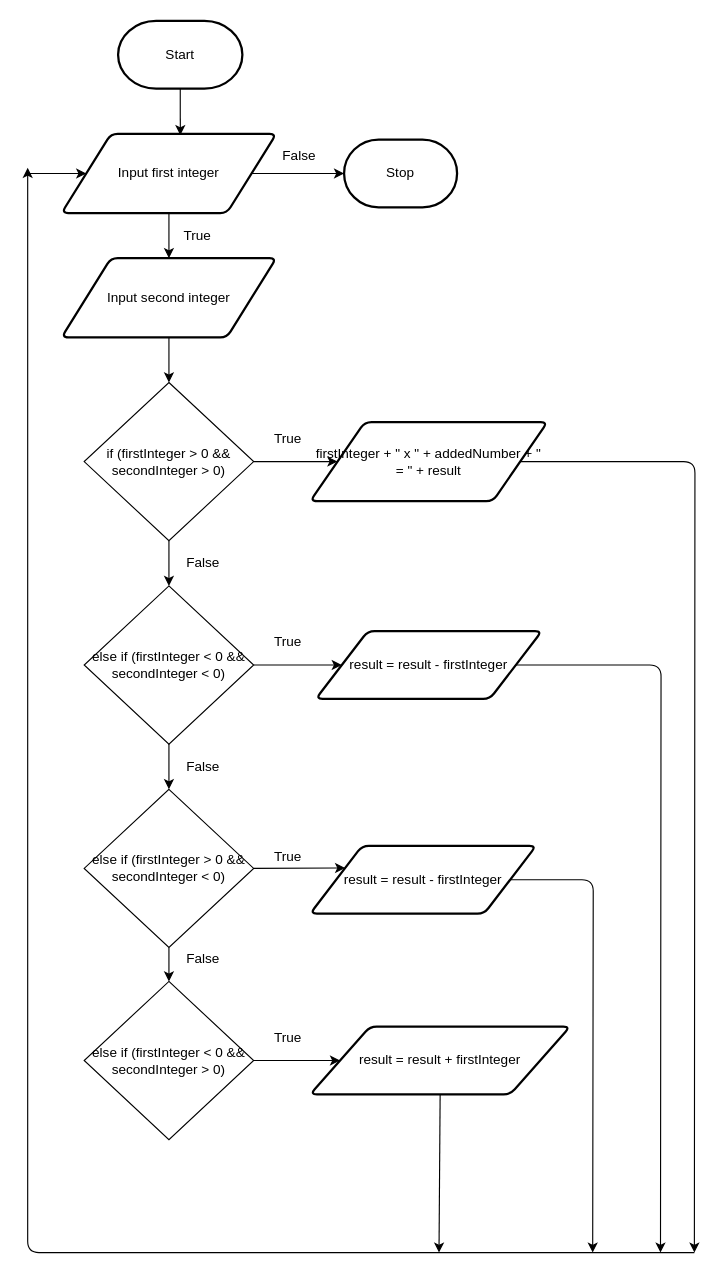
The draw.io diagram design/flowchart.drawio in joannesanthosh/ICS20-Unit5-06-HTML, before the edit. Source tidied: cells renumbered, new cells numbered last; positions are measured from the earlier drawing's top-left corner, leaving out a move shared by most shapes. Both pictures are drawn from the tidied source at 113%, with x=0, y=0 at pixel (27, 20).
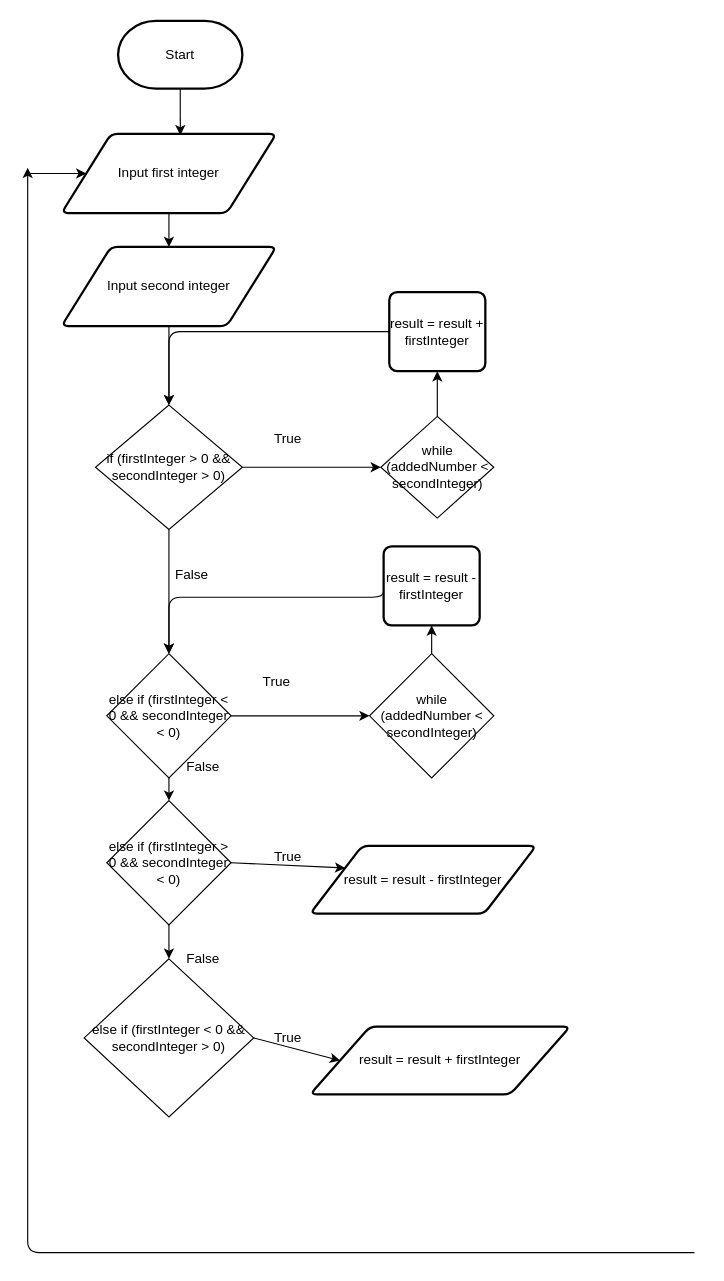
After the change.

Unchanged cells that the change refers to:
```xml
<mxCell id="6" value="Input first integer" style="shape=parallelogram;html=1;strokeWidth=2;perimeter=parallelogramPerimeter;whiteSpace=wrap;rounded=1;arcSize=12;size=0.23;" parent="1" vertex="1">
  <mxGeometry x="30" y="100" width="190" height="70" as="geometry" />
</mxCell>
<mxCell id="25" value="result = result - firstInteger" style="shape=parallelogram;html=1;strokeWidth=2;perimeter=parallelogramPerimeter;whiteSpace=wrap;rounded=1;arcSize=12;size=0.23;" parent="1" vertex="1">
  <mxGeometry x="250" y="730" width="200" height="60" as="geometry" />
</mxCell>
<mxCell id="26" value="result = result + firstInteger" style="shape=parallelogram;html=1;strokeWidth=2;perimeter=parallelogramPerimeter;whiteSpace=wrap;rounded=1;arcSize=12;size=0.23;" parent="1" vertex="1">
  <mxGeometry x="250" y="890" width="230" height="60" as="geometry" />
</mxCell>
```

Change to the diagram source:
```diff
@@
-    <mxCell id="5" style="edgeStyle=elbowEdgeStyle;elbow=vertical;html=1;exitX=1;exitY=0.5;exitDx=0;exitDy=0;entryX=0;entryY=0.5;entryDx=0;entryDy=0;entryPerimeter=0;" parent="1" edge="1" source="6" target="37">
-      <mxGeometry relative="1" as="geometry" />
-    </mxCell>
@@
-    <mxCell id="8" style="edgeStyle=none;html=1;exitX=1;exitY=0.5;exitDx=0;exitDy=0;entryX=0;entryY=0.5;entryDx=0;entryDy=0;" parent="1" edge="1" source="9" target="21">
+    <mxCell id="8" style="edgeStyle=none;html=1;exitX=1;exitY=0.5;exitDx=0;exitDy=0;entryX=0;entryY=0.5;entryDx=0;entryDy=0;" parent="1" edge="1" source="9" target="46">
       <mxGeometry relative="1" as="geometry" />
     </mxCell>
     <mxCell id="9" value="if (firstInteger &amp;gt; 0 &amp;amp;&amp;amp; secondInteger &amp;gt; 0)" style="rhombus;whiteSpace=wrap;html=1;" parent="1" vertex="1">
-      <mxGeometry x="50" y="320" width="150" height="140" as="geometry" />
+      <mxGeometry x="60" y="340" width="130" height="110" as="geometry" />
     </mxCell>
@@
     <mxCell id="11" value="Input second integer" style="shape=parallelogram;html=1;strokeWidth=2;perimeter=parallelogramPerimeter;whiteSpace=wrap;rounded=1;arcSize=12;size=0.23;" parent="1" vertex="1">
-      <mxGeometry x="30" y="210" width="190" height="70" as="geometry" />
+      <mxGeometry x="30" y="200" width="190" height="70" as="geometry" />
     </mxCell>
@@
-    <mxCell id="13" style="edgeStyle=none;html=1;exitX=1;exitY=0.5;exitDx=0;exitDy=0;entryX=0;entryY=0.5;entryDx=0;entryDy=0;" parent="1" edge="1" source="14" target="23">
-      <mxGeometry relative="1" as="geometry" />
-    </mxCell>
+    <mxCell id="40" style="edgeStyle=orthogonalEdgeStyle;html=1;exitX=1;exitY=0.5;exitDx=0;exitDy=0;entryX=0;entryY=0.5;entryDx=0;entryDy=0;" parent="1" edge="1" source="14" target="44">
+      <mxGeometry relative="1" as="geometry" />
+    </mxCell>
     <mxCell id="14" value="else if (firstInteger &amp;lt; 0 &amp;amp;&amp;amp; secondInteger &amp;lt; 0)" style="rhombus;whiteSpace=wrap;html=1;" parent="1" vertex="1">
-      <mxGeometry x="50" y="500" width="150" height="140" as="geometry" />
+      <mxGeometry x="70" y="560" width="110" height="110" as="geometry" />
     </mxCell>
@@
     <mxCell id="17" value="else if (firstInteger &amp;gt; 0 &amp;amp;&amp;amp; secondInteger &amp;lt; 0)" style="rhombus;whiteSpace=wrap;html=1;" parent="1" vertex="1">
-      <mxGeometry x="50" y="680" width="150" height="140" as="geometry" />
+      <mxGeometry x="70" y="690" width="110" height="110" as="geometry" />
     </mxCell>
@@
     <mxCell id="19" value="else if (firstInteger &amp;lt; 0 &amp;amp;&amp;amp; secondInteger &amp;gt; 0)" style="rhombus;whiteSpace=wrap;html=1;" parent="1" vertex="1">
-      <mxGeometry x="50" y="850" width="150" height="140" as="geometry" />
+      <mxGeometry x="50" y="830" width="150" height="140" as="geometry" />
     </mxCell>
-    <mxCell id="20" style="edgeStyle=orthogonalEdgeStyle;html=1;exitX=1;exitY=0.5;exitDx=0;exitDy=0;" parent="1" edge="1" source="21">
-      <mxGeometry relative="1" as="geometry">
-        <mxPoint x="590" y="1090" as="targetPoint" />
-      </mxGeometry>
-    </mxCell>
-    <mxCell id="21" value="firstInteger + &quot; x &quot; + addedNumber + &quot; = &quot; + result" style="shape=parallelogram;html=1;strokeWidth=2;perimeter=parallelogramPerimeter;whiteSpace=wrap;rounded=1;arcSize=12;size=0.23;" parent="1" vertex="1">
-      <mxGeometry x="250" y="355" width="210" height="70" as="geometry" />
-    </mxCell>
-    <mxCell id="22" style="edgeStyle=orthogonalEdgeStyle;html=1;exitX=1;exitY=0.5;exitDx=0;exitDy=0;" parent="1" edge="1" source="23">
-      <mxGeometry relative="1" as="geometry">
-        <mxPoint x="560" y="1090" as="targetPoint" />
-      </mxGeometry>
-    </mxCell>
-    <mxCell id="23" value="result = result - firstInteger" style="shape=parallelogram;html=1;strokeWidth=2;perimeter=parallelogramPerimeter;whiteSpace=wrap;rounded=1;arcSize=12;size=0.23;" parent="1" vertex="1">
-      <mxGeometry x="255" y="540" width="200" height="60" as="geometry" />
-    </mxCell>
-    <mxCell id="24" style="edgeStyle=orthogonalEdgeStyle;html=1;exitX=1;exitY=0.5;exitDx=0;exitDy=0;" parent="1" edge="1" source="25">
-      <mxGeometry relative="1" as="geometry">
-        <mxPoint x="500" y="1090" as="targetPoint" />
-      </mxGeometry>
-    </mxCell>
@@
     <mxCell id="28" value="True" style="text;html=1;align=center;verticalAlign=middle;fillColor=none;strokeColor=none;rounded=0;" parent="1" vertex="1">
-      <mxGeometry x="210" y="540" width="40" height="20" as="geometry" />
+      <mxGeometry x="200" y="575" width="40" height="20" as="geometry" />
     </mxCell>
@@
     <mxCell id="33" value="False" style="text;html=1;align=center;verticalAlign=middle;fillColor=none;strokeColor=none;rounded=0;" parent="1" vertex="1">
-      <mxGeometry x="130" y="470" width="50" height="20" as="geometry" />
+      <mxGeometry x="120" y="480" width="50" height="20" as="geometry" />
     </mxCell>
-    <mxCell id="34" style="edgeStyle=none;html=1;exitX=0.5;exitY=1;exitDx=0;exitDy=0;" parent="1" edge="1" source="26">
-      <mxGeometry relative="1" as="geometry">
-        <mxPoint x="364" y="1090" as="targetPoint" />
-      </mxGeometry>
-    </mxCell>
@@
-    <mxCell id="37" value="Stop" style="strokeWidth=2;html=1;shape=mxgraph.flowchart.terminator;whiteSpace=wrap;" parent="1" vertex="1">
-      <mxGeometry x="280" y="105" width="100" height="60" as="geometry" />
-    </mxCell>
-    <mxCell id="38" value="True" style="text;html=1;align=center;verticalAlign=middle;fillColor=none;strokeColor=none;rounded=0;" parent="1" vertex="1">
-      <mxGeometry x="130" y="180" width="40" height="20" as="geometry" />
-    </mxCell>
-    <mxCell id="39" value="False" style="text;html=1;align=center;verticalAlign=middle;fillColor=none;strokeColor=none;rounded=0;" parent="1" vertex="1">
-      <mxGeometry x="215" y="110" width="50" height="20" as="geometry" />
-    </mxCell>
+    <mxCell id="41" style="edgeStyle=orthogonalEdgeStyle;html=1;exitX=0;exitY=0.5;exitDx=0;exitDy=0;entryX=0.5;entryY=0;entryDx=0;entryDy=0;" parent="1" edge="1" source="42" target="9">
+      <mxGeometry relative="1" as="geometry" />
+    </mxCell>
+    <mxCell id="42" value="result = result + firstInteger&lt;br&gt;" style="rounded=1;whiteSpace=wrap;html=1;absoluteArcSize=1;arcSize=14;strokeWidth=2;" parent="1" vertex="1">
+      <mxGeometry x="320" y="240" width="85" height="70" as="geometry" />
+    </mxCell>
+    <mxCell id="43" style="edgeStyle=orthogonalEdgeStyle;html=1;exitX=0.5;exitY=0;exitDx=0;exitDy=0;" parent="1" edge="1" source="44" target="23">
+      <mxGeometry relative="1" as="geometry" />
+    </mxCell>
+    <mxCell id="44" value="while (addedNumber &lt; secondInteger)" style="rhombus;whiteSpace=wrap;html=1;" parent="1" vertex="1">
+      <mxGeometry x="302.5" y="560" width="110" height="110" as="geometry" />
+    </mxCell>
+    <mxCell id="45" style="edgeStyle=orthogonalEdgeStyle;html=1;exitX=0.5;exitY=0;exitDx=0;exitDy=0;entryX=0.5;entryY=1;entryDx=0;entryDy=0;" parent="1" edge="1" source="46" target="42">
+      <mxGeometry relative="1" as="geometry" />
+    </mxCell>
+    <mxCell id="46" value="while (addedNumber &lt; secondInteger)" style="rhombus;whiteSpace=wrap;html=1;" parent="1" vertex="1">
+      <mxGeometry x="312.5" y="350" width="100" height="90" as="geometry" />
+    </mxCell>
+    <mxCell id="47" style="edgeStyle=orthogonalEdgeStyle;html=1;exitX=0;exitY=0.5;exitDx=0;exitDy=0;entryX=0.5;entryY=0;entryDx=0;entryDy=0;" parent="1" edge="1" source="23" target="14">
+      <mxGeometry relative="1" as="geometry">
+        <Array as="points">
+          <mxPoint x="315" y="510" />
+          <mxPoint x="125" y="510" />
+        </Array>
+      </mxGeometry>
+    </mxCell>
+    <mxCell id="23" value="result = result - firstInteger" style="rounded=1;whiteSpace=wrap;html=1;absoluteArcSize=1;arcSize=14;strokeWidth=2;" parent="1" vertex="1">
+      <mxGeometry x="315" y="465" width="85" height="70" as="geometry" />
+    </mxCell>
```
